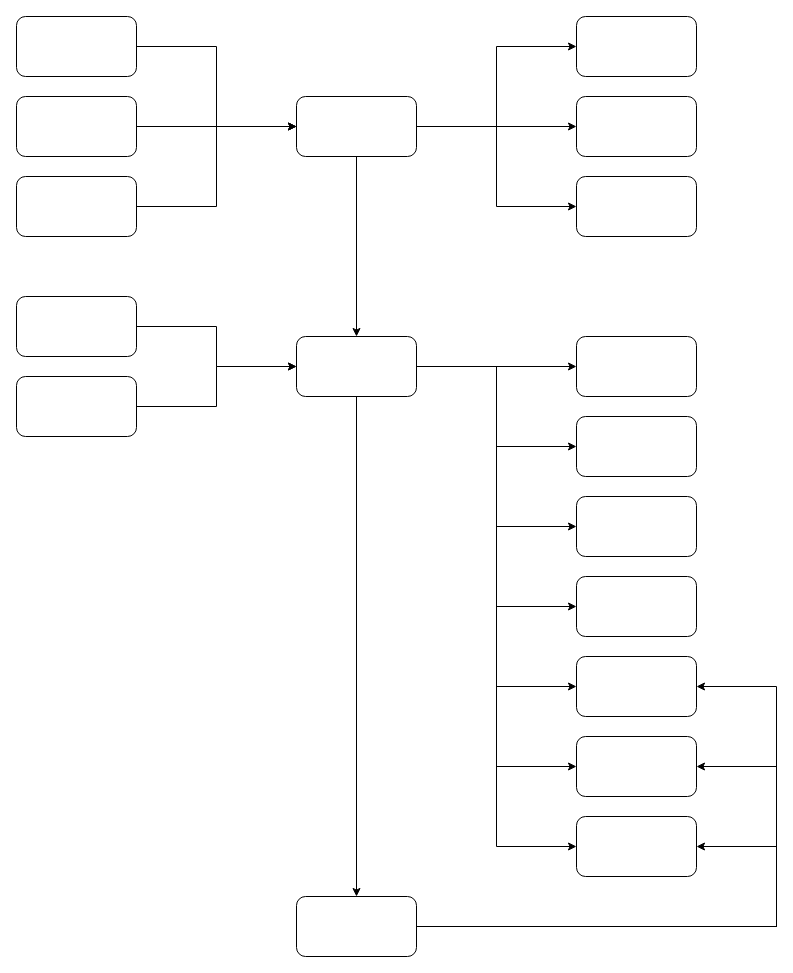
This is Untitled Diagram.drawio from cuizhanming/space-spring, a draw.io file, before an edit. Source tidied: cells renumbered, new cells numbered last; positions are measured from the earlier drawing's top-left corner, leaving out a move shared by most shapes. Both pictures are drawn from the tidied source at 100%, with x=0, y=0 at pixel (16, 16).
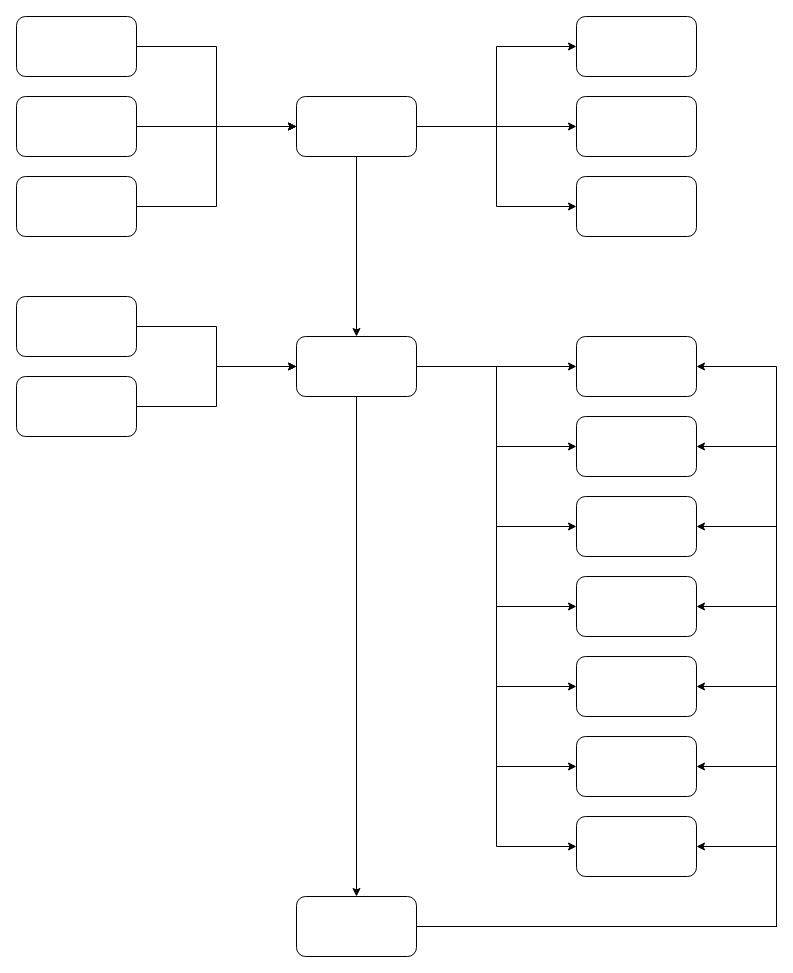
The same diagram, later.

Unchanged cells that the change refers to:
```xml
<mxCell id="32" style="rounded=1;whiteSpace=wrap;html=1;" parent="1" vertex="1">
  <mxGeometry x="280" y="880" width="120" height="60" as="geometry" />
</mxCell>
<mxCell id="33" style="rounded=1;whiteSpace=wrap;html=1;" parent="1" vertex="1">
  <mxGeometry x="560" y="400" width="120" height="60" as="geometry" />
</mxCell>
<mxCell id="34" style="rounded=1;whiteSpace=wrap;html=1;" parent="1" vertex="1">
  <mxGeometry x="560" y="320" width="120" height="60" as="geometry" />
</mxCell>
<mxCell id="35" style="rounded=1;whiteSpace=wrap;html=1;" parent="1" vertex="1">
  <mxGeometry x="560" y="560" width="120" height="60" as="geometry" />
</mxCell>
<mxCell id="36" style="rounded=1;whiteSpace=wrap;html=1;" parent="1" vertex="1">
  <mxGeometry x="560" y="480" width="120" height="60" as="geometry" />
</mxCell>
```

Change to the diagram source:
```diff
@@
+    <mxCell id="40" style="edgeStyle=orthogonalEdgeStyle;rounded=0;jettySize=auto;html=1;exitX=1;exitY=0.5;exitDx=0;exitDy=0;entryX=1;entryY=0.5;entryDx=0;entryDy=0;" parent="1" edge="1" source="32" target="35">
+      <mxGeometry relative="1" as="geometry">
+        <Array as="points">
+          <mxPoint x="760" y="910" />
+          <mxPoint x="760" y="590" />
+        </Array>
+      </mxGeometry>
+    </mxCell>
+    <mxCell id="41" style="edgeStyle=orthogonalEdgeStyle;rounded=0;jettySize=auto;html=1;exitX=1;exitY=0.5;exitDx=0;exitDy=0;entryX=1;entryY=0.5;entryDx=0;entryDy=0;" parent="1" edge="1" source="32" target="36">
+      <mxGeometry relative="1" as="geometry">
+        <Array as="points">
+          <mxPoint x="760" y="910" />
+          <mxPoint x="760" y="510" />
+        </Array>
+      </mxGeometry>
+    </mxCell>
+    <mxCell id="42" style="edgeStyle=orthogonalEdgeStyle;rounded=0;jettySize=auto;html=1;exitX=1;exitY=0.5;exitDx=0;exitDy=0;entryX=1;entryY=0.5;entryDx=0;entryDy=0;" parent="1" edge="1" source="32" target="33">
+      <mxGeometry relative="1" as="geometry">
+        <Array as="points">
+          <mxPoint x="760" y="910" />
+          <mxPoint x="760" y="430" />
+        </Array>
+      </mxGeometry>
+    </mxCell>
+    <mxCell id="43" style="edgeStyle=orthogonalEdgeStyle;rounded=0;jettySize=auto;html=1;exitX=1;exitY=0.5;exitDx=0;exitDy=0;entryX=1;entryY=0.5;entryDx=0;entryDy=0;" parent="1" edge="1" source="32" target="34">
+      <mxGeometry relative="1" as="geometry">
+        <Array as="points">
+          <mxPoint x="760" y="910" />
+          <mxPoint x="760" y="350" />
+        </Array>
+      </mxGeometry>
+    </mxCell>
```
